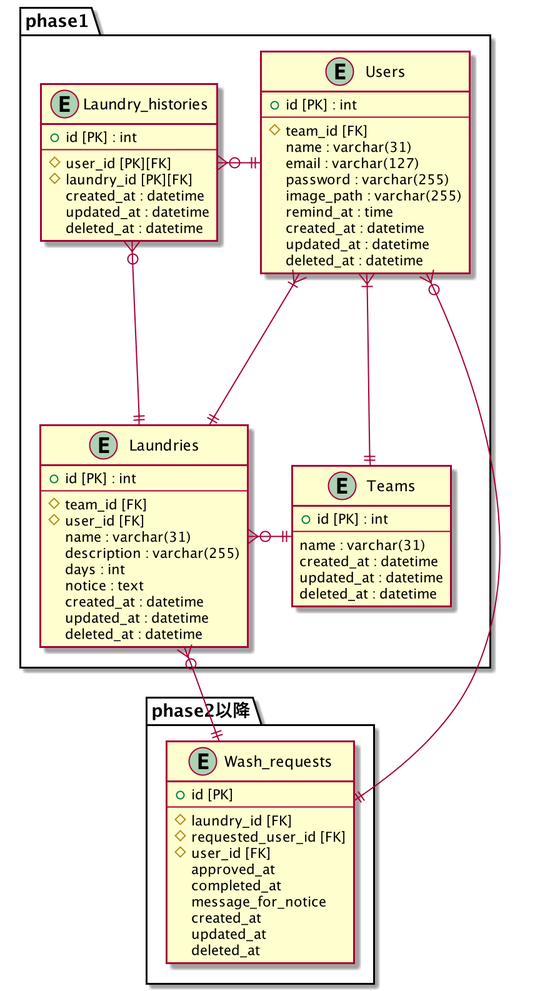
This is docs/ER図.png from mixa393/mohumohu, a PlantUML export, as it was before one commit. The source it was exported from:
```plantuml
@startuml

package phase1{
    entity Laundry_histories{
        + id [PK] : int
        --
        # user_id [PK][FK]
        # laundry_id [PK][FK]
        created_at : datetime
        updated_at : datetime
        deleted_at : datetime
    }

    entity Users{
    + id [PK] : int
    --
    # team_id [FK]
    name : varchar(31)
    email : varchar(127)
    password : varchar(255)
    image_path : varchar(255)
    remind_at : time
    created_at : datetime
    updated_at : datetime
    deleted_at : datetime
    }

    entity Teams
    {
    + id [PK] : int
    --
    name : varchar(31)
    created_at : datetime
    updated_at : datetime
    deleted_at : datetime
    }

    entity Laundries{
    + id [PK] : int
    --
    # team_id [FK]
    # user_id [FK]
    name : varchar(31)
    description : varchar(255)
    days : int
    notice : text
    created_at : datetime
    updated_at : datetime
    deleted_at : datetime
    }
}


package  phase2以降{
    entity Wash_requests{
    + id [PK]
    --
    # laundry_id [FK]
    # requested_user_id [FK]
    # user_id [FK]
    approved_at
    completed_at
    message_for_notice
    created_at
    updated_at
    deleted_at
    }
}

Laundry_histories }o-|| Users
Laundry_histories }o-|| Laundries
Users }|---|| Teams
Users }|--|| Laundries
Teams ||-o{ Laundries

Laundries }o--|| Wash_requests
Users }o-|| Wash_requests



@enduml
```
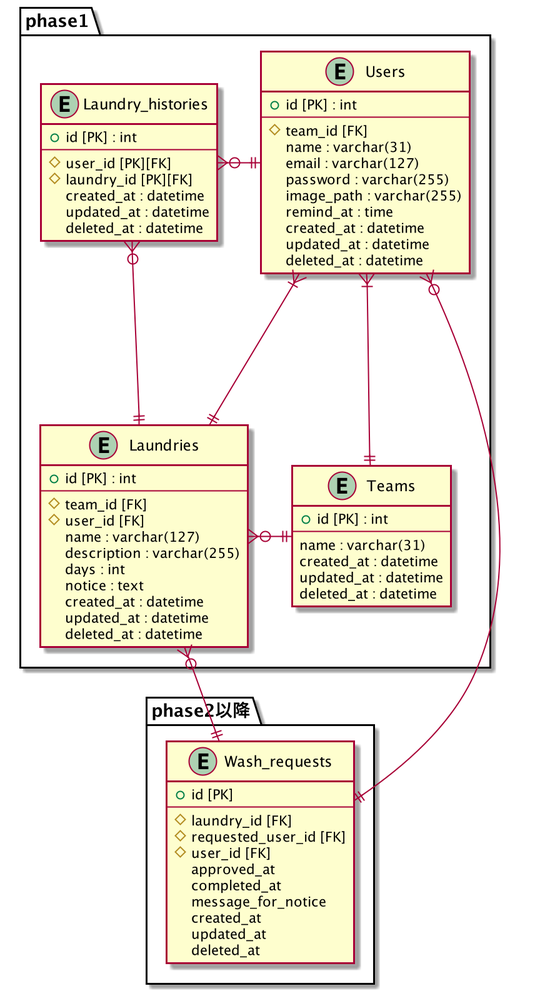
After the change.

Change to the diagram source:
```diff
@@ -40,7 +40,7 @@
     --
     # team_id [FK]
     # user_id [FK]
-    name : varchar(31)
+    name : varchar(127)
     description : varchar(255)
     days : int
     notice : text
```
